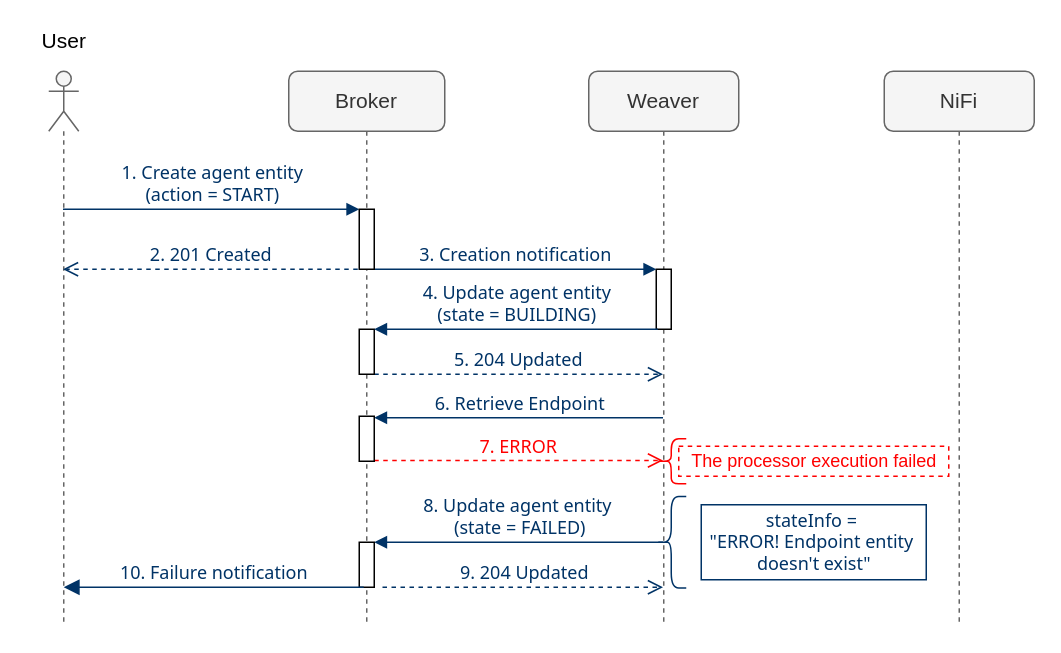
giros-dit/semantic-data-aggregator keeps this draw.io diagram as page "collection-agent-endpoint-error" (3 of 14) of docs/sda-orchestration/img/SDA-orchestration-sequence-diagrams.drawio. Above is the earlier version. Source tidied: cells renumbered, new cells numbered last; positions are measured from the earlier drawing's top-left corner, leaving out a move shared by most shapes. Both pictures are drawn from the tidied source at 150%, with x=0, y=0 at pixel (26, 26).
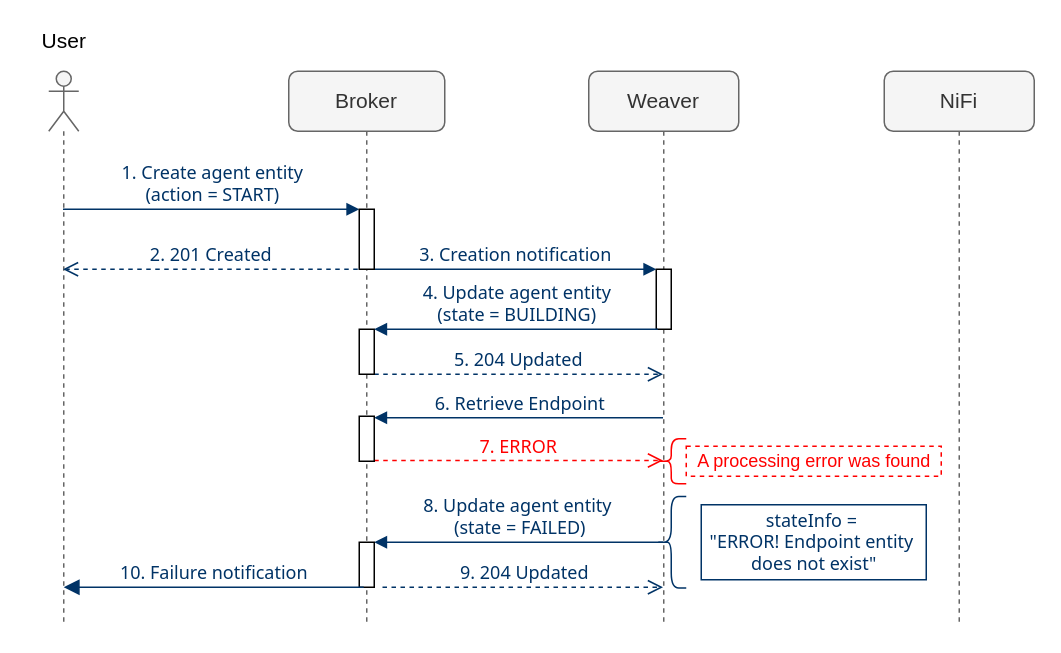
The same page after the edit.

What changed in the source:
```diff
@@
-    <mxCell id="23" value="&lt;div&gt;&lt;font color=&quot;#003366&quot;&gt;&lt;span style=&quot;font-family: &amp;#34;tahoma&amp;#34; ; background-color: rgb(255 , 255 , 255)&quot;&gt;stateInfo =&lt;/span&gt;&lt;span style=&quot;font-family: &amp;#34;tahoma&amp;#34;&quot;&gt;&amp;nbsp;&lt;/span&gt;&lt;/font&gt;&lt;/div&gt;&lt;div&gt;&lt;span style=&quot;font-family: &amp;#34;tahoma&amp;#34;&quot;&gt;&lt;font color=&quot;#003366&quot;&gt;&quot;ERROR! Endpoint&amp;nbsp;&lt;/font&gt;&lt;/span&gt;&lt;span style=&quot;font-family: &amp;#34;tahoma&amp;#34;&quot;&gt;&lt;font color=&quot;#003366&quot;&gt;entity&amp;nbsp;&lt;/font&gt;&lt;/span&gt;&lt;/div&gt;&lt;div&gt;&lt;span style=&quot;color: rgb(0 , 51 , 102) ; font-family: &amp;#34;tahoma&amp;#34;&quot;&gt;doesn't exist&quot;&lt;/span&gt;&lt;/div&gt;" style="text;html=1;align=center;verticalAlign=middle;strokeColor=#003366;" parent="1" vertex="1">
+    <mxCell id="23" value="&lt;div&gt;&lt;font color=&quot;#003366&quot;&gt;&lt;span style=&quot;font-family: &amp;#34;tahoma&amp;#34; ; background-color: rgb(255 , 255 , 255)&quot;&gt;stateInfo =&lt;/span&gt;&lt;span style=&quot;font-family: &amp;#34;tahoma&amp;#34;&quot;&gt;&amp;nbsp;&lt;/span&gt;&lt;/font&gt;&lt;/div&gt;&lt;div&gt;&lt;span style=&quot;font-family: &amp;#34;tahoma&amp;#34;&quot;&gt;&lt;font color=&quot;#003366&quot;&gt;&quot;ERROR! Endpoint&amp;nbsp;&lt;/font&gt;&lt;/span&gt;&lt;span style=&quot;font-family: &amp;#34;tahoma&amp;#34;&quot;&gt;&lt;font color=&quot;#003366&quot;&gt;entity&amp;nbsp;&lt;/font&gt;&lt;/span&gt;&lt;/div&gt;&lt;div&gt;&lt;span style=&quot;color: rgb(0 , 51 , 102) ; font-family: &amp;#34;tahoma&amp;#34;&quot;&gt;does not exist&quot;&lt;/span&gt;&lt;/div&gt;" style="text;html=1;align=center;verticalAlign=middle;strokeColor=#003366;" parent="1" vertex="1">
       <mxGeometry x="450" y="319" width="150" height="50" as="geometry" />
     </mxCell>
@@
-    <mxCell id="25" value="&lt;font color=&quot;#ff0000&quot;&gt;The processor execution failed&lt;/font&gt;" style="text;html=1;align=center;verticalAlign=middle;rounded=0;sketch=0;glass=0;shadow=0;strokeColor=#FF0000;dashed=1;" parent="1" vertex="1">
-      <mxGeometry x="435" y="280" width="180" height="20" as="geometry" />
+    <mxCell id="25" value="&lt;font color=&quot;#ff0000&quot;&gt;A processing error was found&lt;/font&gt;" style="text;html=1;align=center;verticalAlign=middle;rounded=0;sketch=0;glass=0;shadow=0;strokeColor=#FF0000;dashed=1;" parent="1" vertex="1">
+      <mxGeometry x="440" y="280" width="170" height="20" as="geometry" />
     </mxCell>
```
